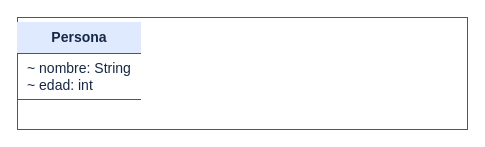
sued2008/Trabajo-Repaso-POO keeps this draw.io diagram as page "1 - Persona" (1 of 8) of UML.drawio. Above is the earlier version. Source tidied: cells renumbered, new cells numbered last; positions are measured from the earlier drawing's top-left corner, leaving out a move shared by most shapes. Both pictures are drawn from the tidied source at 100%, with x=0, y=0 at pixel (17, 17).
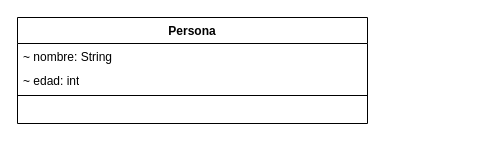
The same diagram, later.

What changed in the source:
```diff
@@
 <mxGraphModel>
   <root>
     <mxCell id="0" />
     <mxCell id="1" parent="0" />
-    <mxCell id="2" value="&lt;div style=&quot;text-align:center;font-weight:bold;padding:7px;background:#e0eaff&quot;&gt;Persona&lt;/div&gt;&lt;div style=&quot;border-top:1px solid #42577d;padding:6px 10px;text-align:left&quot;&gt;~ nombre: String&lt;br&gt;~ edad: int&lt;/div&gt;&lt;div style=&quot;border-top:1px solid #42577d;padding:6px 10px;text-align:left&quot;&gt;&amp;nbsp;&lt;/div&gt;" style="text;html=1;whiteSpace=wrap;strokeColor=#42577d;fillColor=#ffffff;fontColor=#172844;align=left;verticalAlign=top;spacing=0;fontSize=14;" parent="1" vertex="1">
-      <mxGeometry width="450" height="112" as="geometry" />
+    <mxCell id="2" value="Persona" style="swimlane;fontStyle=1;align=center;verticalAlign=top;horizontal=1;startSize=26;whiteSpace=wrap;html=1;" parent="1" vertex="1">
+      <mxGeometry width="350" height="106" as="geometry" />
     </mxCell>
+    <mxCell id="3" value="~ nombre: String" style="text;strokeColor=none;fillColor=none;align=left;verticalAlign=top;spacingLeft=4;spacingRight=4;overflow=hidden;whiteSpace=wrap;html=1;" parent="2" vertex="1">
+      <mxGeometry y="26" width="350" height="24" as="geometry" />
+    </mxCell>
+    <mxCell id="4" value="~ edad: int" style="text;strokeColor=none;fillColor=none;align=left;verticalAlign=top;spacingLeft=4;spacingRight=4;overflow=hidden;whiteSpace=wrap;html=1;" parent="2" vertex="1">
+      <mxGeometry y="50" width="350" height="24" as="geometry" />
+    </mxCell>
+    <mxCell id="5" style="line;strokeWidth=1;fillColor=none;align=left;verticalAlign=middle;spacingTop=-1;spacingLeft=3;spacingRight=3;labelPosition=right;strokeColor=inherit;labelPerimeter=1;" parent="2" vertex="1">
+      <mxGeometry y="74" width="350" height="8" as="geometry" />
+    </mxCell>
+    <mxCell id="6" style="text;strokeColor=none;fillColor=none;align=left;verticalAlign=top;spacingLeft=4;spacingRight=4;overflow=hidden;whiteSpace=wrap;html=1;" parent="2" vertex="1">
+      <mxGeometry y="82" width="350" height="24" as="geometry" />
+    </mxCell>
   </root>
 </mxGraphModel>
```
